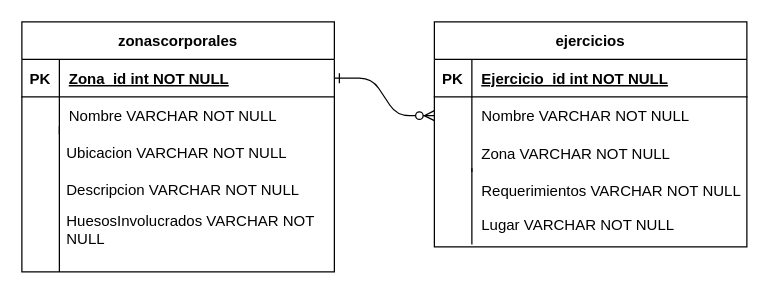
Before: DREtpe.drawio in agostinabidegain/TPE-web2, a draw.io diagram. Source tidied: cells renumbered, new cells numbered last; positions are measured from the earlier drawing's top-left corner, leaving out a move shared by most shapes. Both pictures are drawn from the tidied source at 125%, with x=0, y=0 at pixel (21, 21).
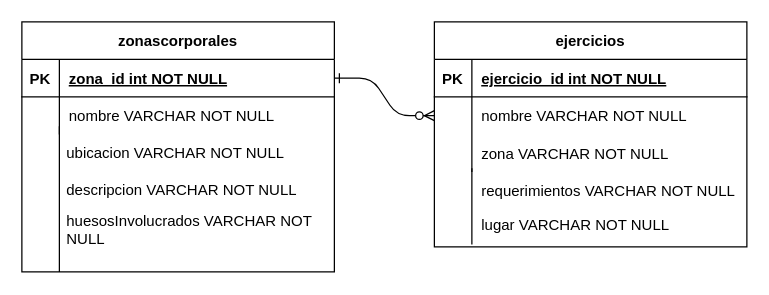
Above is the later version.

Unchanged cells that the change refers to:
```xml
<mxCell id="4" style="shape=partialRectangle;fillColor=none;top=0;left=0;right=0;bottom=1;" parent="3" vertex="1">
  <mxGeometry y="30" width="250" height="30" as="geometry" />
</mxCell>
<mxCell id="7" style="shape=partialRectangle;fillColor=none;points=[[0,0.5],[1,0.5]];portConstraint=eastwest;top=0;left=0;right=0;bottom=0;" parent="3" vertex="1">
  <mxGeometry y="60" width="250" height="30" as="geometry" />
</mxCell>
<mxCell id="10" style="shape=partialRectangle;fillColor=none;top=0;left=0;right=0;bottom=0;" parent="3" vertex="1">
  <mxGeometry y="90" width="250" height="30" as="geometry" />
</mxCell>
<mxCell id="14" style="shape=partialRectangle;fillColor=none;points=[[0,0.5],[1,0.5]];portConstraint=eastwest;top=0;left=0;right=0;bottom=1;" parent="13" vertex="1">
  <mxGeometry y="30" width="250" height="30" as="geometry" />
</mxCell>
<mxCell id="17" style="shape=partialRectangle;fillColor=none;top=0;left=0;right=0;bottom=0;" parent="13" vertex="1">
  <mxGeometry y="60" width="250" height="30" as="geometry" />
</mxCell>
<mxCell id="24" style="shape=partialRectangle;fillColor=none;top=0;left=0;right=0;bottom=0;" parent="1" vertex="1">
  <mxGeometry x="330" y="120" width="250" height="30" as="geometry" />
</mxCell>
<mxCell id="27" style="shape=partialRectangle;fillColor=none;top=0;left=0;right=0;bottom=0;" parent="1" vertex="1">
  <mxGeometry x="330" y="147" width="250" height="30" as="geometry" />
</mxCell>
```

What changed in the source:
```diff
@@
-    <mxCell id="6" value="Ejercicio_id int NOT NULL " style="shape=partialRectangle;overflow=hidden;fillColor=none;top=0;left=0;bottom=0;right=0;align=left;spacingLeft=6;fontStyle=5;" parent="4" vertex="1">
+    <mxCell id="6" value="ejercicio_id int NOT NULL " style="shape=partialRectangle;overflow=hidden;fillColor=none;top=0;left=0;bottom=0;right=0;align=left;spacingLeft=6;fontStyle=5;" parent="4" vertex="1">
       <mxGeometry x="30" width="220" height="30" as="geometry" />
     </mxCell>
@@
-    <mxCell id="9" value="Nombre VARCHAR NOT NULL" style="shape=partialRectangle;overflow=hidden;fillColor=none;top=0;left=0;bottom=0;right=0;align=left;spacingLeft=6;" parent="7" vertex="1">
+    <mxCell id="9" value="nombre VARCHAR NOT NULL" style="shape=partialRectangle;overflow=hidden;fillColor=none;top=0;left=0;bottom=0;right=0;align=left;spacingLeft=6;" parent="7" vertex="1">
       <mxGeometry x="30" width="220" height="30" as="geometry" />
     </mxCell>
@@
-    <mxCell id="12" value="Zona VARCHAR NOT NULL" style="shape=partialRectangle;overflow=hidden;fillColor=none;top=0;left=0;bottom=0;right=0;align=left;spacingLeft=6;" parent="10" vertex="1">
+    <mxCell id="12" value="zona VARCHAR NOT NULL" style="shape=partialRectangle;overflow=hidden;fillColor=none;top=0;left=0;bottom=0;right=0;align=left;spacingLeft=6;" parent="10" vertex="1">
       <mxGeometry x="30" width="220" height="30" as="geometry" />
     </mxCell>
@@
-    <mxCell id="16" value="Zona_id int NOT NULL " style="shape=partialRectangle;overflow=hidden;fillColor=none;top=0;left=0;bottom=0;right=0;align=left;spacingLeft=6;fontStyle=5;" parent="14" vertex="1">
+    <mxCell id="16" value="zona_id int NOT NULL " style="shape=partialRectangle;overflow=hidden;fillColor=none;top=0;left=0;bottom=0;right=0;align=left;spacingLeft=6;fontStyle=5;" parent="14" vertex="1">
       <mxGeometry x="30" width="220" height="30" as="geometry" />
     </mxCell>
@@
-    <mxCell id="19" value="Nombre VARCHAR NOT NULL" style="shape=partialRectangle;overflow=hidden;fillColor=none;top=0;left=0;bottom=0;right=0;align=left;spacingLeft=6;" parent="17" vertex="1">
+    <mxCell id="19" value="nombre VARCHAR NOT NULL" style="shape=partialRectangle;overflow=hidden;fillColor=none;top=0;left=0;bottom=0;right=0;align=left;spacingLeft=6;" parent="17" vertex="1">
       <mxGeometry x="30" width="220" height="30" as="geometry" />
     </mxCell>
-    <mxCell id="20" value="Ubicacion VARCHAR NOT NULL" style="text;strokeColor=none;fillColor=none;align=left;verticalAlign=middle;spacingLeft=4;spacingRight=4;overflow=hidden;whiteSpace=wrap;html=1;" parent="1" vertex="1">
+    <mxCell id="20" value="ubicacion VARCHAR NOT NULL" style="text;strokeColor=none;fillColor=none;align=left;verticalAlign=middle;spacingLeft=4;spacingRight=4;overflow=hidden;whiteSpace=wrap;html=1;" parent="1" vertex="1">
       <mxGeometry x="30" y="90" width="220" height="30" as="geometry" />
     </mxCell>
-    <mxCell id="21" value="Descripcion VARCHAR NOT NULL" style="text;strokeColor=none;fillColor=none;align=left;verticalAlign=middle;spacingLeft=4;spacingRight=4;overflow=hidden;whiteSpace=wrap;html=1;" parent="1" vertex="1">
+    <mxCell id="21" value="descripcion VARCHAR NOT NULL" style="text;strokeColor=none;fillColor=none;align=left;verticalAlign=middle;spacingLeft=4;spacingRight=4;overflow=hidden;whiteSpace=wrap;html=1;" parent="1" vertex="1">
       <mxGeometry x="30" y="120" width="220" height="30" as="geometry" />
     </mxCell>
-    <mxCell id="22" value="HuesosInvolucrados VARCHAR NOT NULL" style="text;strokeColor=none;fillColor=none;align=left;verticalAlign=middle;spacingLeft=4;spacingRight=4;overflow=hidden;whiteSpace=wrap;html=1;" parent="1" vertex="1">
+    <mxCell id="22" value="huesosInvolucrados VARCHAR NOT NULL" style="text;strokeColor=none;fillColor=none;align=left;verticalAlign=middle;spacingLeft=4;spacingRight=4;overflow=hidden;whiteSpace=wrap;html=1;" parent="1" vertex="1">
       <mxGeometry x="30" y="150" width="220" height="30" as="geometry" />
     </mxCell>
@@
-    <mxCell id="26" value="Requerimientos VARCHAR NOT NULL" style="shape=partialRectangle;overflow=hidden;fillColor=none;top=0;left=0;bottom=0;right=0;align=left;spacingLeft=6;" parent="24" vertex="1">
+    <mxCell id="26" value="requerimientos VARCHAR NOT NULL" style="shape=partialRectangle;overflow=hidden;fillColor=none;top=0;left=0;bottom=0;right=0;align=left;spacingLeft=6;" parent="24" vertex="1">
       <mxGeometry x="30" width="220" height="30" as="geometry" />
     </mxCell>
@@
-    <mxCell id="29" value="Lugar VARCHAR NOT NULL" style="shape=partialRectangle;overflow=hidden;fillColor=none;top=0;left=0;bottom=0;right=0;align=left;spacingLeft=6;" parent="27" vertex="1">
+    <mxCell id="29" value="lugar VARCHAR NOT NULL" style="shape=partialRectangle;overflow=hidden;fillColor=none;top=0;left=0;bottom=0;right=0;align=left;spacingLeft=6;" parent="27" vertex="1">
       <mxGeometry x="30" width="220" height="30" as="geometry" />
     </mxCell>
```
